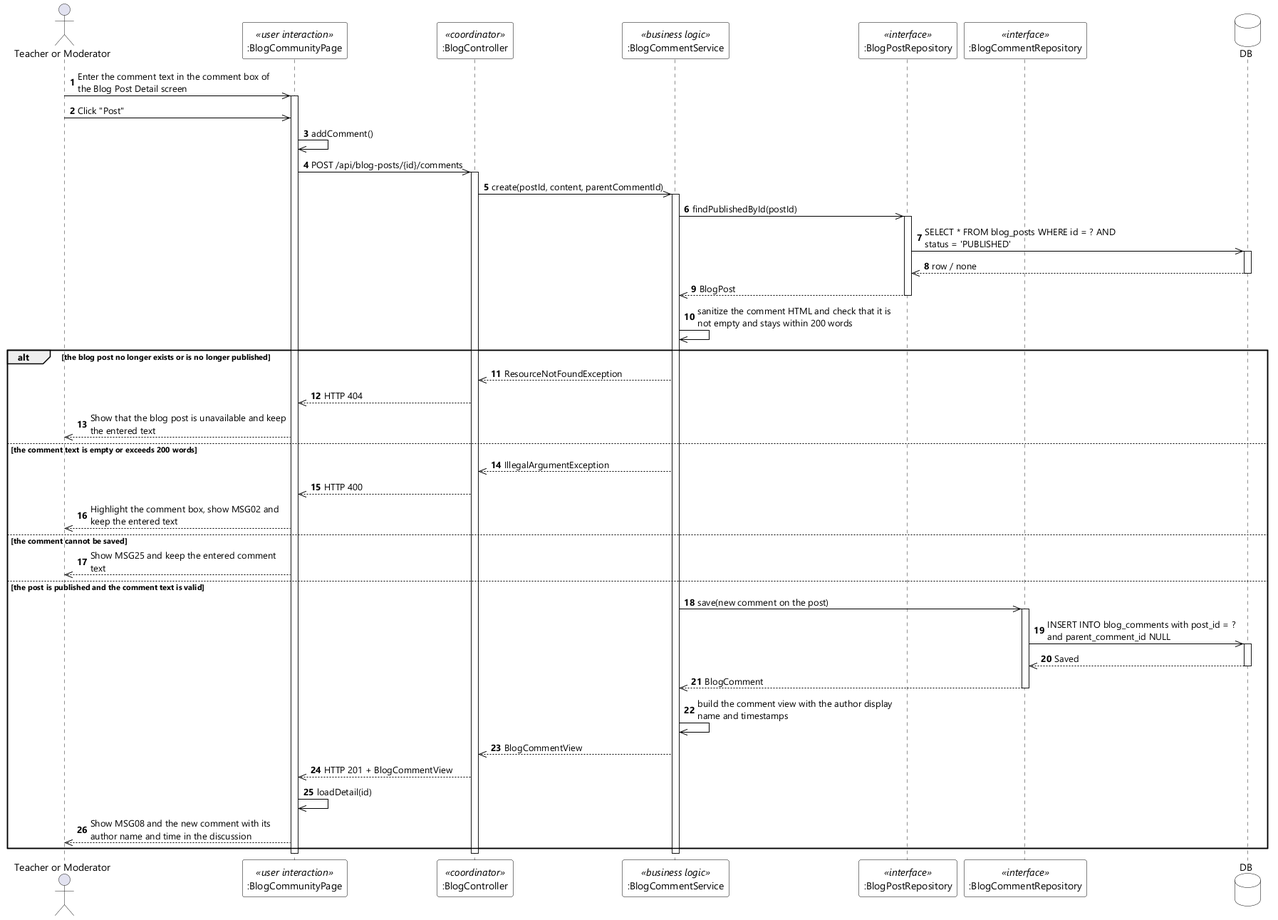
The PlantUML diagram designs/sds-diagrams/uc26/uc26-sequence-diagram-stereo.png in EduA-system/EduA-system, before a commit. Source of this version:
```plantuml
@startuml UC-26 Comment on Blog Post - Sequence Diagram (stereo)
skinparamlocked dpi 96
skinparam defaultFontName "Segoe UI"
skinparam shadowing false
skinparam ParticipantBackgroundColor #FFFFFF
skinparam ParticipantBorderColor #000000
skinparam DatabaseBackgroundColor #FFFFFF
skinparam DatabaseBorderColor #000000
skinparam ArrowColor #000000
skinparam sequenceMessageAlign left
skinparam maxMessageSize 280

actor "Teacher or Moderator" as User
participant ":BlogCommunityPage" as UI <<user interaction>>
participant ":BlogController" as CTL <<coordinator>>
participant ":BlogCommentService" as SVC <<business logic>>
participant ":BlogPostRepository" as POSTS <<interface>>
participant ":BlogCommentRepository" as COMMENTS <<interface>>
database DB

autonumber
User ->> UI : Enter the comment text in the comment box of the Blog Post Detail screen
activate UI
User ->> UI : Click "Post"
UI ->> UI : addComment()
UI ->> CTL : POST /api/blog-posts/{id}/comments
activate CTL
CTL ->> SVC : create(postId, content, parentCommentId)
activate SVC
SVC ->> POSTS : findPublishedById(postId)
activate POSTS
POSTS ->> DB : SELECT * FROM blog_posts WHERE id = ? AND status = 'PUBLISHED'
activate DB
DB -->> POSTS : row / none
deactivate DB
POSTS -->> SVC : BlogPost
deactivate POSTS
SVC ->> SVC : sanitize the comment HTML and check that it is not empty and stays within 200 words

alt the blog post no longer exists or is no longer published
  SVC -->> CTL : ResourceNotFoundException
  CTL -->> UI : HTTP 404
  UI -->> User : Show that the blog post is unavailable and keep the entered text

else the comment text is empty or exceeds 200 words
  SVC -->> CTL : IllegalArgumentException
  CTL -->> UI : HTTP 400
  UI -->> User : Highlight the comment box, show MSG02 and keep the entered text

else the comment cannot be saved
  UI -->> User : Show MSG25 and keep the entered comment text

else the post is published and the comment text is valid
  SVC ->> COMMENTS : save(new comment on the post)
  activate COMMENTS
  COMMENTS ->> DB : INSERT INTO blog_comments with post_id = ? and parent_comment_id NULL
  activate DB
  DB -->> COMMENTS : Saved
  deactivate DB
  COMMENTS -->> SVC : BlogComment
  deactivate COMMENTS
  SVC ->> SVC : build the comment view with the author display name and timestamps
  SVC -->> CTL : BlogCommentView
  CTL -->> UI : HTTP 201 + BlogCommentView
  UI ->> UI : loadDetail(id)
  UI -->> User : Show MSG08 and the new comment with its author name and time in the discussion
end
deactivate SVC
deactivate CTL
deactivate UI
@enduml
```
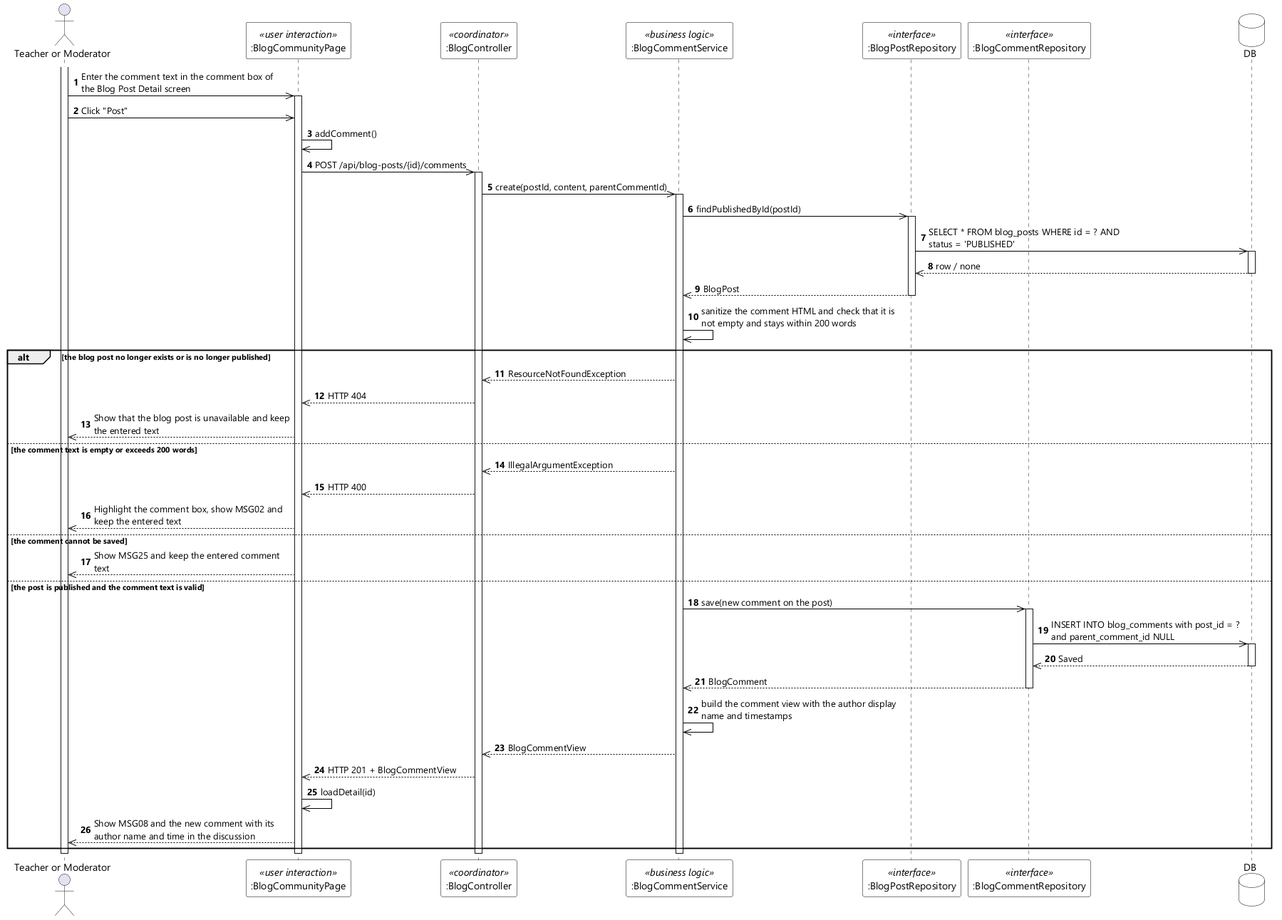
After the change.

Change to the diagram source:
```diff
@@ -19,6 +19,7 @@
 database DB
 
 autonumber
+activate User
 User ->> UI : Enter the comment text in the comment box of the Blog Post Detail screen
 activate UI
 User ->> UI : Click "Post"
@@ -68,4 +69,5 @@
 deactivate SVC
 deactivate CTL
 deactivate UI
+deactivate User
 @enduml
```
